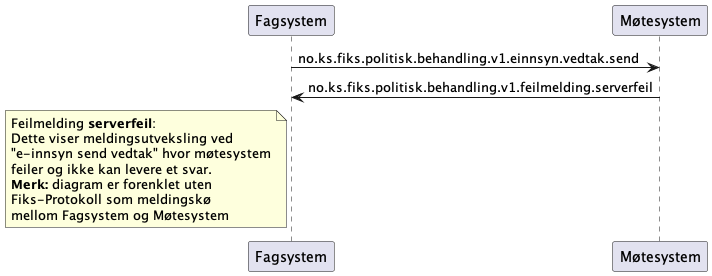
Before: Dokumentasjon/V1/meldingsutveksling/einnsyn-vedtak-send/sekvensdiagram/sekvensdiagram-einnsyn-vedtak-send-serverfeil.png, a diagram exported from PlantUML (ks-no/fiks-politisk-behandling-specification).
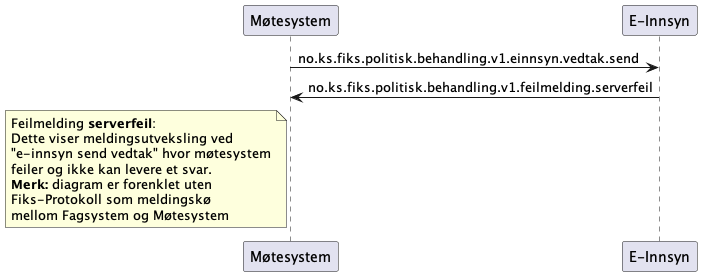
After the commit.

Change to the diagram source:
```diff
@@ -1,11 +1,11 @@
 @startuml
-participant Fagsystem as "Fagsystem"
 participant Møtesystem as "Møtesystem"
+participant EInnsyn as "E-Innsyn"
 
-Fagsystem -> Møtesystem : no.ks.fiks.politisk.behandling.v1.einnsyn.vedtak.send
-Fagsystem <- Møtesystem : no.ks.fiks.politisk.behandling.v1.feilmelding.serverfeil
+Møtesystem -> EInnsyn : no.ks.fiks.politisk.behandling.v1.einnsyn.vedtak.send
+Møtesystem <- EInnsyn : no.ks.fiks.politisk.behandling.v1.feilmelding.serverfeil
 
-note left of Fagsystem
+note left of Møtesystem
 Feilmelding **serverfeil**:
 Dette viser meldingsutveksling ved
 "e-innsyn send vedtak" hvor møtesystem
```
